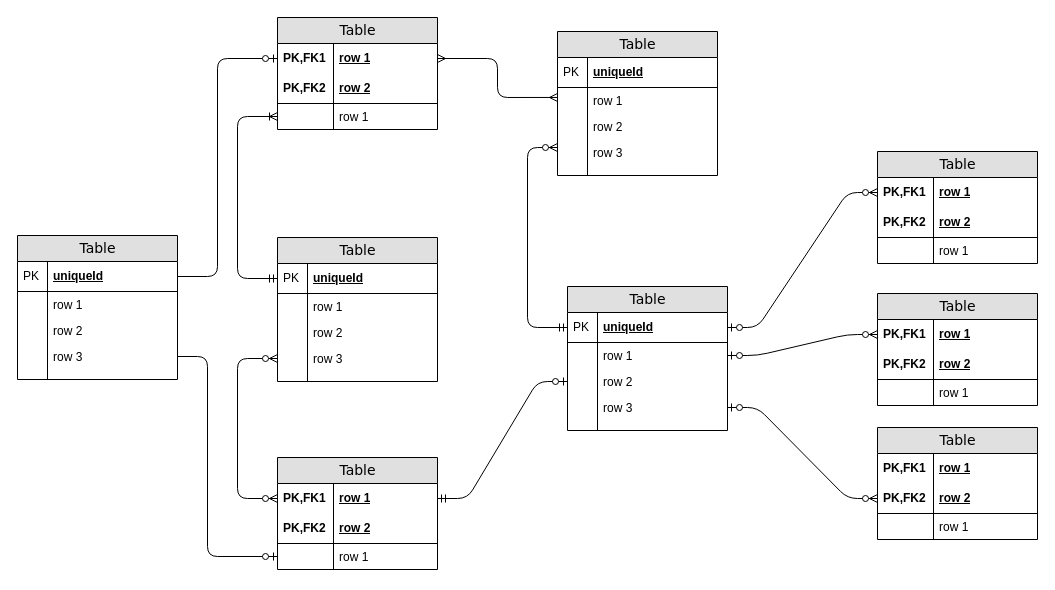
This is Untitled Diagram.drawio from Stepan714/Algorithms-and-data-structures, a draw.io file, before an edit. Source tidied: cells renumbered, new cells numbered last; positions are measured from the earlier drawing's top-left corner, leaving out a move shared by most shapes. Both pictures are drawn from the tidied source at 100%, with x=0, y=0 at pixel (17, 17).
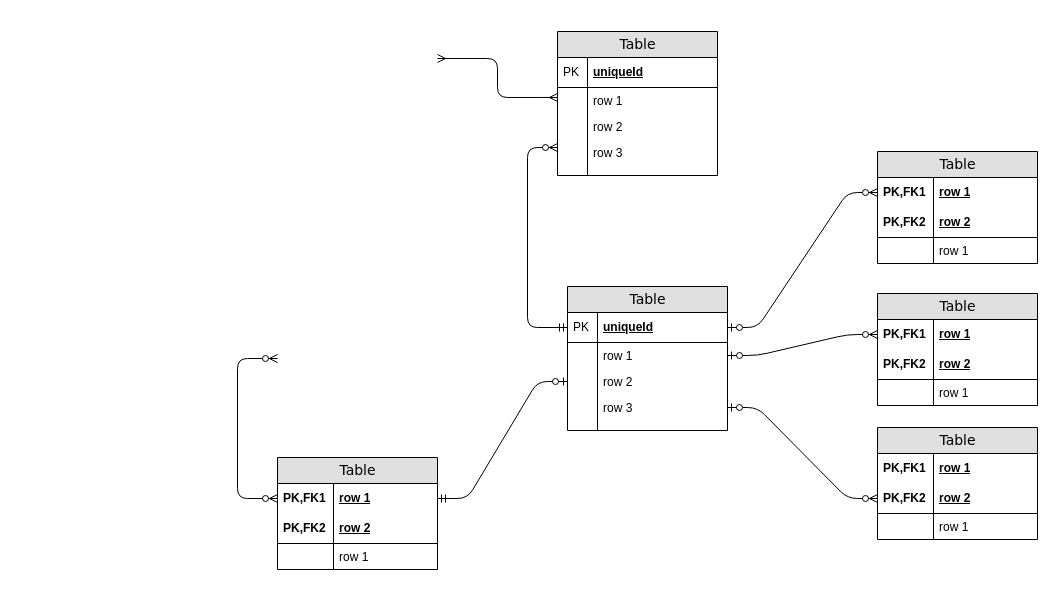
The same page after the edit.

The change refers to these unchanged cells:
```xml
<mxCell id="12" value="row 1" style="shape=partialRectangle;top=0;left=0;right=0;bottom=0;html=1;align=left;verticalAlign=top;fillColor=none;spacingLeft=34;spacingRight=4;whiteSpace=wrap;overflow=hidden;points=[[0,0.5],[1,0.5]];portConstraint=eastwest;" parent="9" vertex="1">
  <mxGeometry y="56" width="160" height="26" as="geometry" />
</mxCell>
<mxCell id="50" value="row 1" style="shape=partialRectangle;top=0;left=0;right=0;bottom=0;html=1;align=left;verticalAlign=middle;fillColor=none;spacingLeft=60;spacingRight=4;whiteSpace=wrap;overflow=hidden;points=[[0,0.5],[1,0.5]];portConstraint=eastwest;fontStyle=5;" parent="49" vertex="1">
  <mxGeometry y="26" width="160" height="30" as="geometry" />
</mxCell>
<mxCell id="54" value="row 1" style="shape=partialRectangle;top=0;left=0;right=0;bottom=0;html=1;align=left;verticalAlign=top;fillColor=none;spacingLeft=60;spacingRight=4;whiteSpace=wrap;overflow=hidden;points=[[0,0.5],[1,0.5]];portConstraint=eastwest;" parent="49" vertex="1">
  <mxGeometry y="86" width="160" height="26" as="geometry" />
</mxCell>
```

Diff of the diagram source:
```diff
@@
-    <mxCell id="2" value="Table" style="swimlane;html=1;fontStyle=0;horizontal=1;startSize=26;fillColor=#e0e0e0;swimlaneFillColor=#ffffff;align=center;rounded=0;shadow=0;comic=0;labelBackgroundColor=none;strokeWidth=1;fontFamily=Verdana;fontSize=14;" parent="1" vertex="1">
-      <mxGeometry x="260" width="160" height="112" as="geometry" />
-    </mxCell>
-    <mxCell id="3" value="row 1" style="shape=partialRectangle;top=0;left=0;right=0;bottom=0;html=1;align=left;verticalAlign=middle;fillColor=none;spacingLeft=60;spacingRight=4;whiteSpace=wrap;overflow=hidden;points=[[0,0.5],[1,0.5]];portConstraint=eastwest;fontStyle=5;" parent="2" vertex="1">
-      <mxGeometry y="26" width="160" height="30" as="geometry" />
-    </mxCell>
-    <mxCell id="4" value="PK,FK1" style="shape=partialRectangle;fontStyle=1;top=0;left=0;bottom=0;html=1;fillColor=none;align=left;verticalAlign=middle;spacingLeft=4;spacingRight=4;whiteSpace=wrap;overflow=hidden;" parent="3" vertex="1">
-      <mxGeometry width="56" height="30" as="geometry" />
-    </mxCell>
-    <mxCell id="5" value="row 2" style="shape=partialRectangle;top=0;left=0;right=0;bottom=1;html=1;align=left;verticalAlign=middle;fillColor=none;spacingLeft=60;spacingRight=4;whiteSpace=wrap;overflow=hidden;fontStyle=5;" parent="2" vertex="1">
-      <mxGeometry y="56" width="160" height="30" as="geometry" />
-    </mxCell>
-    <mxCell id="6" value="PK,FK2" style="shape=partialRectangle;fontStyle=1;top=0;left=0;bottom=0;html=1;fillColor=none;align=left;verticalAlign=middle;spacingLeft=4;spacingRight=4;whiteSpace=wrap;overflow=hidden;" parent="5" vertex="1">
-      <mxGeometry width="56" height="30" as="geometry" />
-    </mxCell>
-    <mxCell id="7" value="row 1" style="shape=partialRectangle;top=0;left=0;right=0;bottom=0;html=1;align=left;verticalAlign=top;fillColor=none;spacingLeft=60;spacingRight=4;whiteSpace=wrap;overflow=hidden;points=[[0,0.5],[1,0.5]];portConstraint=eastwest;" parent="2" vertex="1">
-      <mxGeometry y="86" width="160" height="26" as="geometry" />
-    </mxCell>
-    <mxCell id="8" style="shape=partialRectangle;top=0;left=0;bottom=0;html=1;fillColor=none;align=left;verticalAlign=top;spacingLeft=4;spacingRight=4;whiteSpace=wrap;overflow=hidden;" parent="7" vertex="1">
-      <mxGeometry width="56" height="26" as="geometry" />
-    </mxCell>
@@
-    <mxCell id="20" value="Table" style="swimlane;html=1;fontStyle=0;horizontal=1;startSize=26;fillColor=#e0e0e0;swimlaneFillColor=#ffffff;align=center;rounded=0;shadow=0;comic=0;labelBackgroundColor=none;strokeWidth=1;fontFamily=Verdana;fontSize=14;" parent="1" vertex="1">
-      <mxGeometry x="260" y="220" width="160" height="144" as="geometry" />
-    </mxCell>
-    <mxCell id="21" value="uniqueId" style="shape=partialRectangle;top=0;left=0;right=0;bottom=1;html=1;align=left;verticalAlign=middle;fillColor=none;spacingLeft=34;spacingRight=4;whiteSpace=wrap;overflow=hidden;points=[[0,0.5],[1,0.5]];portConstraint=eastwest;fontStyle=5;" parent="20" vertex="1">
-      <mxGeometry y="26" width="160" height="30" as="geometry" />
-    </mxCell>
-    <mxCell id="22" value="PK" style="shape=partialRectangle;top=0;left=0;bottom=0;html=1;fillColor=none;align=left;verticalAlign=middle;spacingLeft=4;spacingRight=4;whiteSpace=wrap;overflow=hidden;" parent="21" vertex="1">
-      <mxGeometry width="30" height="30" as="geometry" />
-    </mxCell>
-    <mxCell id="23" value="row 1" style="shape=partialRectangle;top=0;left=0;right=0;bottom=0;html=1;align=left;verticalAlign=top;fillColor=none;spacingLeft=34;spacingRight=4;whiteSpace=wrap;overflow=hidden;" parent="20" vertex="1">
-      <mxGeometry y="56" width="160" height="26" as="geometry" />
-    </mxCell>
-    <mxCell id="24" style="shape=partialRectangle;top=0;left=0;bottom=0;html=1;fillColor=none;align=left;verticalAlign=top;spacingLeft=4;spacingRight=4;whiteSpace=wrap;overflow=hidden;" parent="23" vertex="1">
-      <mxGeometry width="30" height="26" as="geometry" />
-    </mxCell>
-    <mxCell id="25" value="row 2" style="shape=partialRectangle;top=0;left=0;right=0;bottom=0;html=1;align=left;verticalAlign=top;fillColor=none;spacingLeft=34;spacingRight=4;whiteSpace=wrap;overflow=hidden;" parent="20" vertex="1">
-      <mxGeometry y="82" width="160" height="26" as="geometry" />
-    </mxCell>
-    <mxCell id="26" style="shape=partialRectangle;top=0;left=0;bottom=0;html=1;fillColor=none;align=left;verticalAlign=top;spacingLeft=4;spacingRight=4;whiteSpace=wrap;overflow=hidden;" parent="25" vertex="1">
-      <mxGeometry width="30" height="26" as="geometry" />
-    </mxCell>
-    <mxCell id="27" value="row 3" style="shape=partialRectangle;top=0;left=0;right=0;bottom=0;html=1;align=left;verticalAlign=top;fillColor=none;spacingLeft=34;spacingRight=4;whiteSpace=wrap;overflow=hidden;points=[[0,0.5],[1,0.5]];portConstraint=eastwest;" parent="20" vertex="1">
-      <mxGeometry y="108" width="160" height="26" as="geometry" />
-    </mxCell>
-    <mxCell id="28" style="shape=partialRectangle;top=0;left=0;bottom=0;html=1;fillColor=none;align=left;verticalAlign=top;spacingLeft=4;spacingRight=4;whiteSpace=wrap;overflow=hidden;" parent="27" vertex="1">
-      <mxGeometry width="30" height="26" as="geometry" />
-    </mxCell>
-    <mxCell id="29" style="shape=partialRectangle;top=0;left=0;right=0;bottom=0;html=1;align=left;verticalAlign=top;fillColor=none;spacingLeft=34;spacingRight=4;whiteSpace=wrap;overflow=hidden;" parent="20" vertex="1">
-      <mxGeometry y="134" width="160" height="10" as="geometry" />
-    </mxCell>
-    <mxCell id="30" style="shape=partialRectangle;top=0;left=0;bottom=0;html=1;fillColor=none;align=left;verticalAlign=top;spacingLeft=4;spacingRight=4;whiteSpace=wrap;overflow=hidden;" parent="29" vertex="1">
-      <mxGeometry width="30" height="10" as="geometry" />
-    </mxCell>
@@
-    <mxCell id="56" style="edgeStyle=orthogonalEdgeStyle;html=1;endArrow=ERoneToMany;startArrow=ERmandOne;labelBackgroundColor=none;fontFamily=Verdana;fontSize=14;entryX=0;entryY=0.5;exitX=0;exitY=0.5;" parent="1" edge="1" source="21" target="7">
-      <mxGeometry relative="1" as="geometry">
-        <Array as="points">
-          <mxPoint x="220" y="261" />
-          <mxPoint x="220" y="99" />
-        </Array>
-      </mxGeometry>
-    </mxCell>
-    <mxCell id="57" style="edgeStyle=orthogonalEdgeStyle;html=1;endArrow=ERzeroToMany;endFill=1;startArrow=ERzeroToMany;labelBackgroundColor=none;fontFamily=Verdana;fontSize=14;entryX=0;entryY=0.5;exitX=0;exitY=0.5;" parent="1" edge="1" source="50" target="27">
+    <mxCell id="57" style="edgeStyle=orthogonalEdgeStyle;html=1;endArrow=ERzeroToMany;endFill=1;startArrow=ERzeroToMany;labelBackgroundColor=none;fontFamily=Verdana;fontSize=14;entryX=0;entryY=0.5;exitX=0;exitY=0.5;" parent="1" edge="1" source="50">
       <mxGeometry relative="1" as="geometry">
+        <mxPoint x="260" y="341" as="targetPoint" />
         <Array as="points">
           <mxPoint x="220" y="481" />
           <mxPoint x="220" y="341" />
         </Array>
       </mxGeometry>
     </mxCell>
-    <mxCell id="58" style="edgeStyle=orthogonalEdgeStyle;html=1;endArrow=ERmany;startArrow=ERmany;labelBackgroundColor=none;fontFamily=Verdana;fontSize=14;entryX=1;entryY=0.5;exitX=0;exitY=0.383;exitPerimeter=0;" parent="1" edge="1" source="12" target="3">
+    <mxCell id="58" style="edgeStyle=orthogonalEdgeStyle;html=1;endArrow=ERmany;startArrow=ERmany;labelBackgroundColor=none;fontFamily=Verdana;fontSize=14;entryX=1;entryY=0.5;exitX=0;exitY=0.383;exitPerimeter=0;" parent="1" edge="1" source="12">
       <mxGeometry relative="1" as="geometry">
+        <mxPoint x="420" y="41" as="targetPoint" />
         <Array as="points">
           <mxPoint x="480" y="80" />
           <mxPoint x="480" y="41" />
         </Array>
       </mxGeometry>
     </mxCell>
@@
-    <mxCell id="78" value="Table" style="swimlane;html=1;fontStyle=0;horizontal=1;startSize=26;fillColor=#e0e0e0;swimlaneFillColor=#ffffff;align=center;rounded=0;shadow=0;comic=0;labelBackgroundColor=none;strokeWidth=1;fontFamily=Verdana;fontSize=14;" parent="1" vertex="1">
-      <mxGeometry y="218" width="160" height="144" as="geometry" />
-    </mxCell>
-    <mxCell id="79" value="uniqueId" style="shape=partialRectangle;top=0;left=0;right=0;bottom=1;html=1;align=left;verticalAlign=middle;fillColor=none;spacingLeft=34;spacingRight=4;whiteSpace=wrap;overflow=hidden;points=[[0,0.5],[1,0.5]];portConstraint=eastwest;fontStyle=5;" parent="78" vertex="1">
-      <mxGeometry y="26" width="160" height="30" as="geometry" />
-    </mxCell>
-    <mxCell id="80" value="PK" style="shape=partialRectangle;top=0;left=0;bottom=0;html=1;fillColor=none;align=left;verticalAlign=middle;spacingLeft=4;spacingRight=4;whiteSpace=wrap;overflow=hidden;" parent="79" vertex="1">
-      <mxGeometry width="30" height="30" as="geometry" />
-    </mxCell>
-    <mxCell id="81" value="row 1" style="shape=partialRectangle;top=0;left=0;right=0;bottom=0;html=1;align=left;verticalAlign=top;fillColor=none;spacingLeft=34;spacingRight=4;whiteSpace=wrap;overflow=hidden;" parent="78" vertex="1">
-      <mxGeometry y="56" width="160" height="26" as="geometry" />
-    </mxCell>
-    <mxCell id="82" style="shape=partialRectangle;top=0;left=0;bottom=0;html=1;fillColor=none;align=left;verticalAlign=top;spacingLeft=4;spacingRight=4;whiteSpace=wrap;overflow=hidden;" parent="81" vertex="1">
-      <mxGeometry width="30" height="26" as="geometry" />
-    </mxCell>
-    <mxCell id="83" value="row 2" style="shape=partialRectangle;top=0;left=0;right=0;bottom=0;html=1;align=left;verticalAlign=top;fillColor=none;spacingLeft=34;spacingRight=4;whiteSpace=wrap;overflow=hidden;" parent="78" vertex="1">
-      <mxGeometry y="82" width="160" height="26" as="geometry" />
-    </mxCell>
-    <mxCell id="84" style="shape=partialRectangle;top=0;left=0;bottom=0;html=1;fillColor=none;align=left;verticalAlign=top;spacingLeft=4;spacingRight=4;whiteSpace=wrap;overflow=hidden;" parent="83" vertex="1">
-      <mxGeometry width="30" height="26" as="geometry" />
-    </mxCell>
-    <mxCell id="85" value="row 3" style="shape=partialRectangle;top=0;left=0;right=0;bottom=0;html=1;align=left;verticalAlign=top;fillColor=none;spacingLeft=34;spacingRight=4;whiteSpace=wrap;overflow=hidden;points=[[0,0.5],[1,0.5]];portConstraint=eastwest;" parent="78" vertex="1">
-      <mxGeometry y="108" width="160" height="26" as="geometry" />
-    </mxCell>
-    <mxCell id="86" style="shape=partialRectangle;top=0;left=0;bottom=0;html=1;fillColor=none;align=left;verticalAlign=top;spacingLeft=4;spacingRight=4;whiteSpace=wrap;overflow=hidden;" parent="85" vertex="1">
-      <mxGeometry width="30" height="26" as="geometry" />
-    </mxCell>
-    <mxCell id="87" style="shape=partialRectangle;top=0;left=0;right=0;bottom=0;html=1;align=left;verticalAlign=top;fillColor=none;spacingLeft=34;spacingRight=4;whiteSpace=wrap;overflow=hidden;" parent="78" vertex="1">
-      <mxGeometry y="134" width="160" height="10" as="geometry" />
-    </mxCell>
-    <mxCell id="88" style="shape=partialRectangle;top=0;left=0;bottom=0;html=1;fillColor=none;align=left;verticalAlign=top;spacingLeft=4;spacingRight=4;whiteSpace=wrap;overflow=hidden;" parent="87" vertex="1">
-      <mxGeometry width="30" height="10" as="geometry" />
-    </mxCell>
-    <mxCell id="89" style="edgeStyle=orthogonalEdgeStyle;html=1;endArrow=ERzeroToOne;endFill=1;labelBackgroundColor=none;fontFamily=Verdana;fontSize=14;entryX=0;entryY=0.5;exitX=1;exitY=0.5;" parent="1" edge="1" source="79" target="3">
-      <mxGeometry relative="1" as="geometry">
-        <Array as="points">
-          <mxPoint x="200" y="259" />
-          <mxPoint x="200" y="41" />
-        </Array>
-      </mxGeometry>
-    </mxCell>
-    <mxCell id="90" style="edgeStyle=orthogonalEdgeStyle;html=1;endArrow=ERzeroToOne;endFill=1;labelBackgroundColor=none;fontFamily=Verdana;fontSize=14;entryX=0;entryY=0.5;exitX=1;exitY=0.5;" parent="1" edge="1" source="85" target="54">
-      <mxGeometry relative="1" as="geometry">
-        <Array as="points">
-          <mxPoint x="190" y="339" />
-          <mxPoint x="190" y="539" />
-        </Array>
-      </mxGeometry>
-    </mxCell>
```
